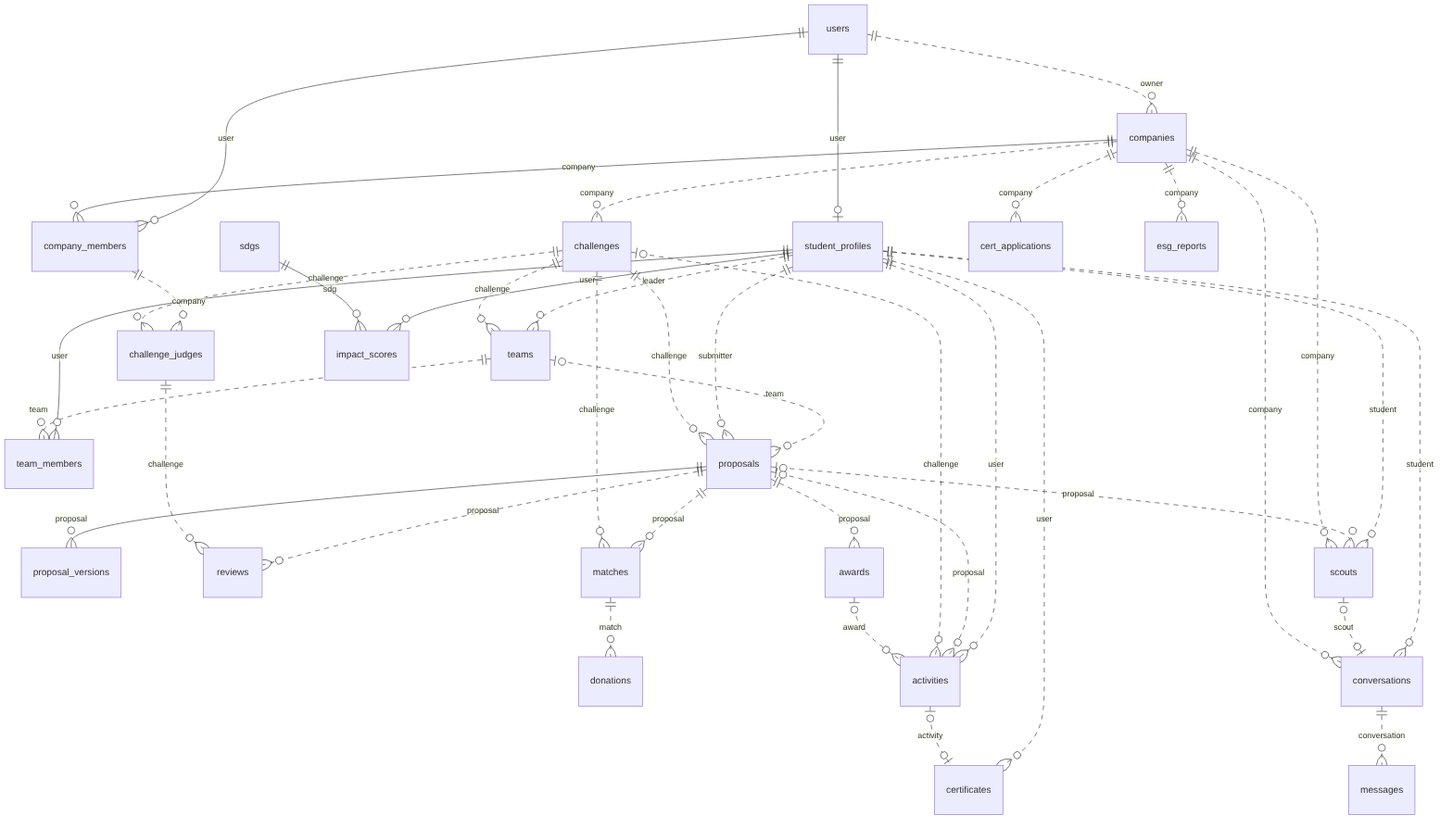
atome9797/sdgs-compass keeps this Mermaid diagram as docs/erd/00-overview.png. Above is the earlier version. Its source is kept beside it as docs/erd/00-overview.mmd.
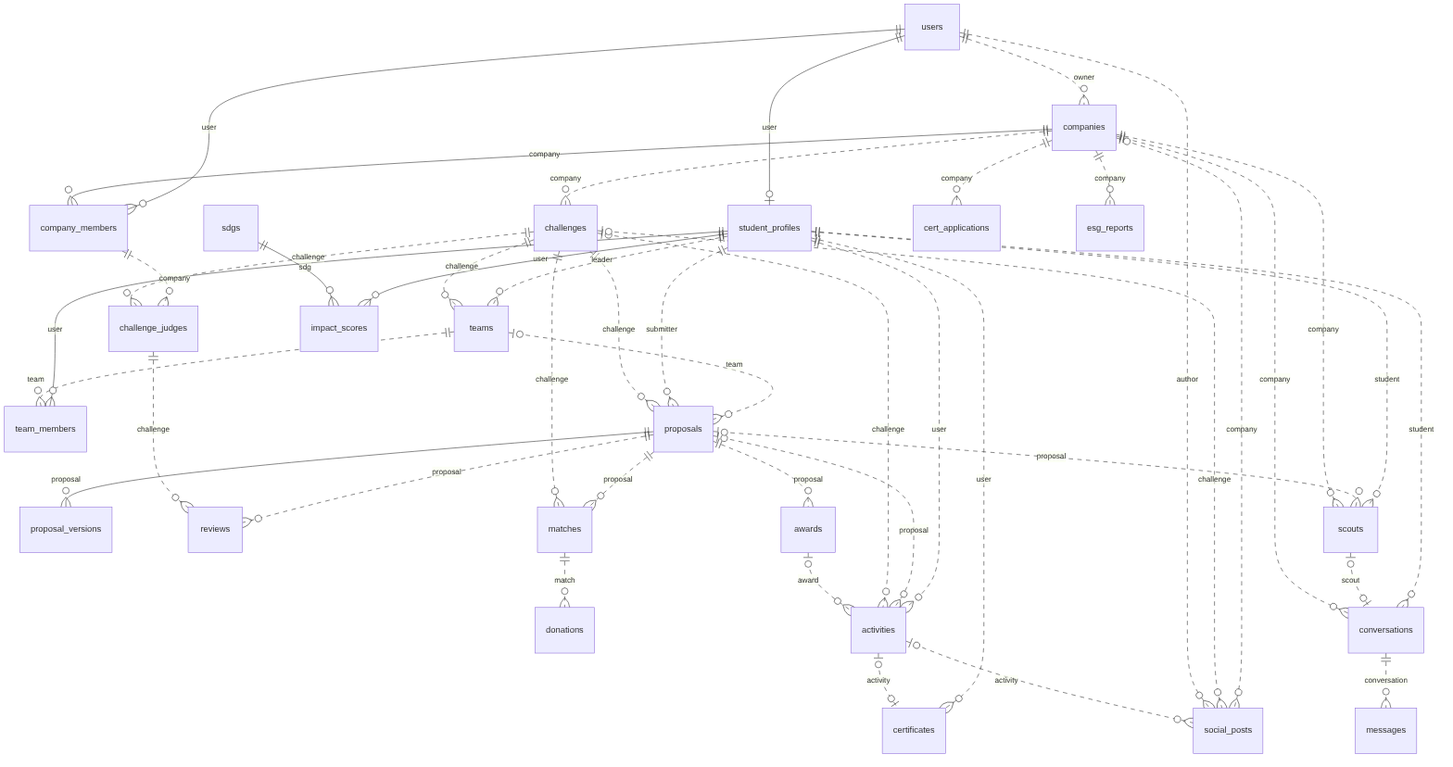
The same file after the commit.

Diff of the diagram source:
```diff
@@ -37,3 +37,7 @@
   conversations ||..o{ messages : "conversation"
   companies ||..o{ cert_applications : "company"
   companies ||..o{ esg_reports : "company"
+  activities |o..o{ social_posts : "activity"
+  users ||..o{ social_posts : "author"
+  challenges |o..o{ social_posts : "challenge"
+  companies |o..o{ social_posts : "company"
```
